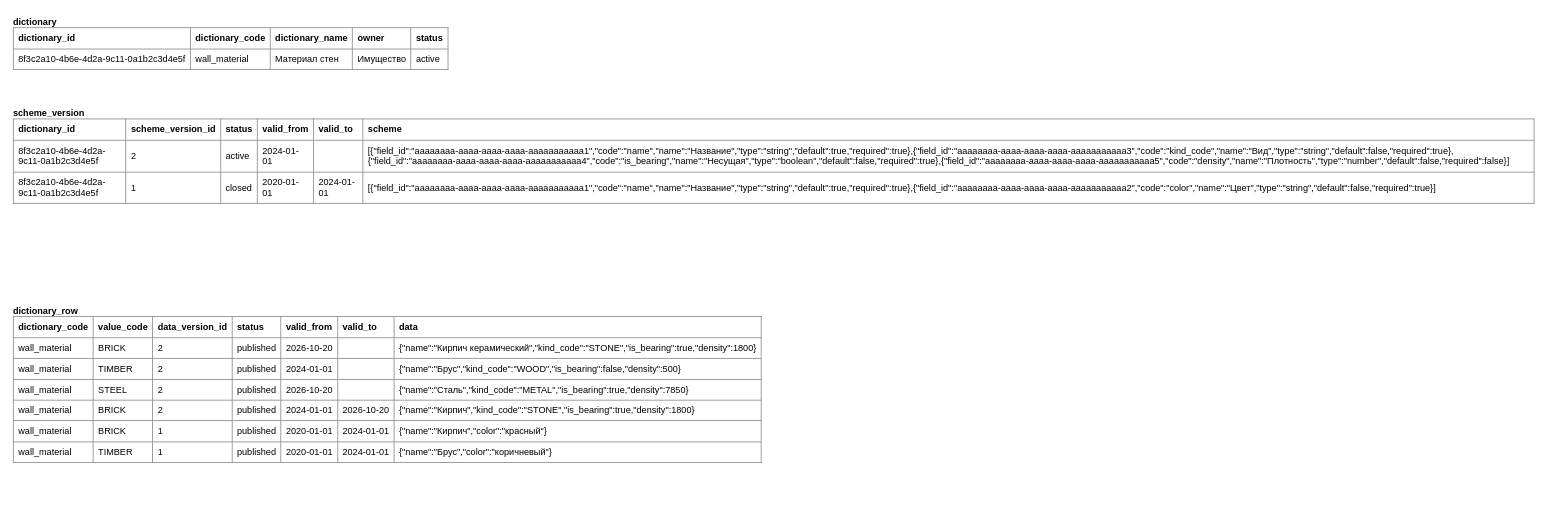
StrannikE95/reference_data keeps this draw.io diagram as docs/1. functional/specification/v3 - 1 таблица/wall_material.drawio. Above is the earlier version. Source tidied: cells renumbered, new cells numbered last; positions are measured from the earlier drawing's top-left corner, leaving out a move shared by most shapes. Both pictures are drawn from the tidied source at 76%, with x=0, y=0 at pixel (13, 13).
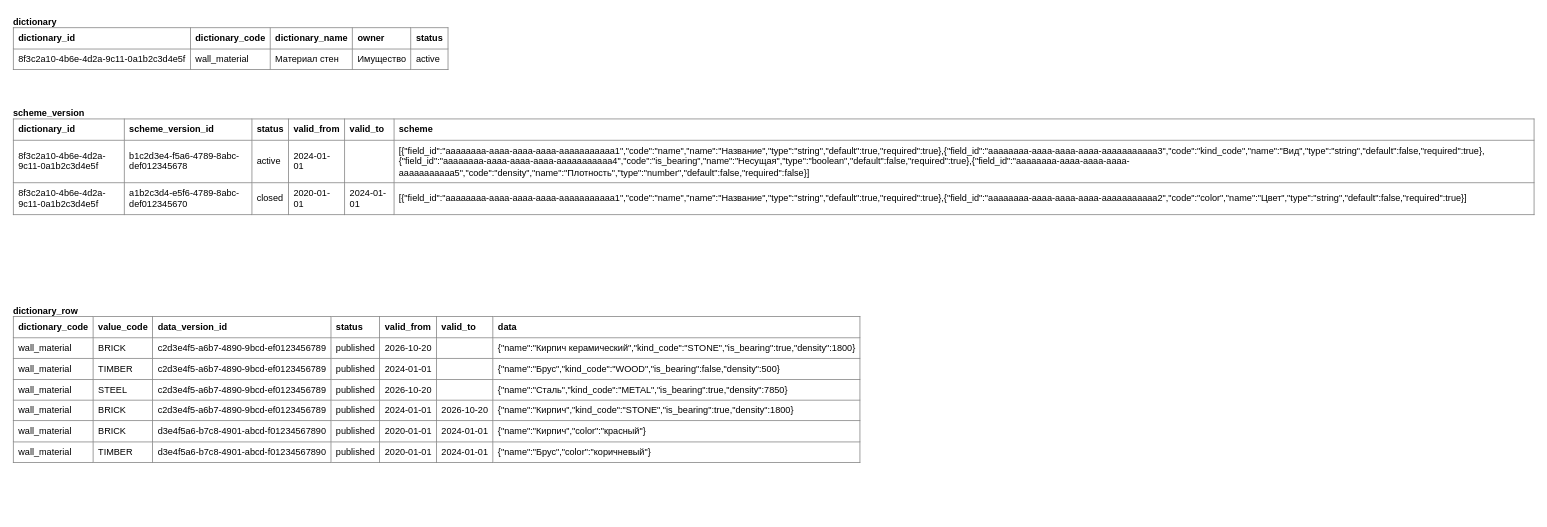
After the change.

What changed in the source:
```diff
@@
 <mxGraphModel>
   <root>
     <mxCell id="0" />
     <mxCell id="1" parent="0" />
     <mxCell id="2" value="&lt;b&gt;dictionary&lt;/b&gt;&lt;br&gt;&lt;table border=&quot;1&quot; cellspacing=&quot;0&quot; cellpadding=&quot;6&quot; style=&quot;border-collapse:collapse;font-size:12px&quot;&gt;&lt;tr&gt;&lt;td&gt;&lt;b&gt;dictionary_id&lt;/b&gt;&lt;/td&gt;&lt;td&gt;&lt;b&gt;dictionary_code&lt;/b&gt;&lt;/td&gt;&lt;td&gt;&lt;b&gt;dictionary_name&lt;/b&gt;&lt;/td&gt;&lt;td&gt;&lt;b&gt;owner&lt;/b&gt;&lt;/td&gt;&lt;td&gt;&lt;b&gt;status&lt;/b&gt;&lt;/td&gt;&lt;/tr&gt;&lt;tr&gt;&lt;td&gt;8f3c2a10-4b6e-4d2a-9c11-0a1b2c3d4e5f&lt;/td&gt;&lt;td&gt;wall_material&lt;/td&gt;&lt;td&gt;Материал стен&lt;/td&gt;&lt;td&gt;Имущество&lt;/td&gt;&lt;td&gt;active&lt;/td&gt;&lt;/tr&gt;&lt;/table&gt;" style="text;html=1;strokeColor=none;fillColor=none;align=left;verticalAlign=top;spacing=0;" parent="1" vertex="1">
       <mxGeometry width="1100" height="90" as="geometry" />
     </mxCell>
-    <mxCell id="3" value="&lt;b&gt;scheme_version&lt;/b&gt;&lt;br&gt;&lt;table border=&quot;1&quot; cellspacing=&quot;0&quot; cellpadding=&quot;6&quot; style=&quot;border-collapse:collapse;font-size:12px&quot;&gt;&lt;tr&gt;&lt;td&gt;&lt;b&gt;dictionary_id&lt;/b&gt;&lt;/td&gt;&lt;td&gt;&lt;b&gt;scheme_version_id&lt;/b&gt;&lt;/td&gt;&lt;td&gt;&lt;b&gt;status&lt;/b&gt;&lt;/td&gt;&lt;td&gt;&lt;b&gt;valid_from&lt;/b&gt;&lt;/td&gt;&lt;td&gt;&lt;b&gt;valid_to&lt;/b&gt;&lt;/td&gt;&lt;td&gt;&lt;b&gt;scheme&lt;/b&gt;&lt;/td&gt;&lt;/tr&gt;&lt;tr&gt;&lt;td&gt;8f3c2a10-4b6e-4d2a-9c11-0a1b2c3d4e5f&lt;/td&gt;&lt;td&gt;2&lt;/td&gt;&lt;td&gt;active&lt;/td&gt;&lt;td&gt;2024-01-01&lt;/td&gt;&lt;td&gt;&lt;/td&gt;&lt;td&gt;[{&amp;quot;field_id&amp;quot;:&amp;quot;aaaaaaaa-aaaa-aaaa-aaaa-aaaaaaaaaaa1&amp;quot;,&amp;quot;code&amp;quot;:&amp;quot;name&amp;quot;,&amp;quot;name&amp;quot;:&amp;quot;Название&amp;quot;,&amp;quot;type&amp;quot;:&amp;quot;string&amp;quot;,&amp;quot;default&amp;quot;:true,&amp;quot;required&amp;quot;:true},{&amp;quot;field_id&amp;quot;:&amp;quot;aaaaaaaa-aaaa-aaaa-aaaa-aaaaaaaaaaa3&amp;quot;,&amp;quot;code&amp;quot;:&amp;quot;kind_code&amp;quot;,&amp;quot;name&amp;quot;:&amp;quot;Вид&amp;quot;,&amp;quot;type&amp;quot;:&amp;quot;string&amp;quot;,&amp;quot;default&amp;quot;:false,&amp;quot;required&amp;quot;:true},{&amp;quot;field_id&amp;quot;:&amp;quot;aaaaaaaa-aaaa-aaaa-aaaa-aaaaaaaaaaa4&amp;quot;,&amp;quot;code&amp;quot;:&amp;quot;is_bearing&amp;quot;,&amp;quot;name&amp;quot;:&amp;quot;Несущая&amp;quot;,&amp;quot;type&amp;quot;:&amp;quot;boolean&amp;quot;,&amp;quot;default&amp;quot;:false,&amp;quot;required&amp;quot;:true},{&amp;quot;field_id&amp;quot;:&amp;quot;aaaaaaaa-aaaa-aaaa-aaaa-aaaaaaaaaaa5&amp;quot;,&amp;quot;code&amp;quot;:&amp;quot;density&amp;quot;,&amp;quot;name&amp;quot;:&amp;quot;Плотность&amp;quot;,&amp;quot;type&amp;quot;:&amp;quot;number&amp;quot;,&amp;quot;default&amp;quot;:false,&amp;quot;required&amp;quot;:false}]&lt;/td&gt;&lt;/tr&gt;&lt;tr&gt;&lt;td&gt;8f3c2a10-4b6e-4d2a-9c11-0a1b2c3d4e5f&lt;/td&gt;&lt;td&gt;1&lt;/td&gt;&lt;td&gt;closed&lt;/td&gt;&lt;td&gt;2020-01-01&lt;/td&gt;&lt;td&gt;2024-01-01&lt;/td&gt;&lt;td&gt;[{&amp;quot;field_id&amp;quot;:&amp;quot;aaaaaaaa-aaaa-aaaa-aaaa-aaaaaaaaaaa1&amp;quot;,&amp;quot;code&amp;quot;:&amp;quot;name&amp;quot;,&amp;quot;name&amp;quot;:&amp;quot;Название&amp;quot;,&amp;quot;type&amp;quot;:&amp;quot;string&amp;quot;,&amp;quot;default&amp;quot;:true,&amp;quot;required&amp;quot;:true},{&amp;quot;field_id&amp;quot;:&amp;quot;aaaaaaaa-aaaa-aaaa-aaaa-aaaaaaaaaaa2&amp;quot;,&amp;quot;code&amp;quot;:&amp;quot;color&amp;quot;,&amp;quot;name&amp;quot;:&amp;quot;Цвет&amp;quot;,&amp;quot;type&amp;quot;:&amp;quot;string&amp;quot;,&amp;quot;default&amp;quot;:false,&amp;quot;required&amp;quot;:true}]&lt;/td&gt;&lt;/tr&gt;&lt;/table&gt;" style="text;html=1;strokeColor=none;fillColor=none;align=left;verticalAlign=top;spacing=0;whiteSpace=wrap;" parent="1" vertex="1">
+    <mxCell id="3" value="&lt;b&gt;scheme_version&lt;/b&gt;&lt;br&gt;&lt;table border=&quot;1&quot; cellspacing=&quot;0&quot; cellpadding=&quot;6&quot; style=&quot;border-collapse:collapse;font-size:12px&quot;&gt;&lt;tr&gt;&lt;td&gt;&lt;b&gt;dictionary_id&lt;/b&gt;&lt;/td&gt;&lt;td&gt;&lt;b&gt;scheme_version_id&lt;/b&gt;&lt;/td&gt;&lt;td&gt;&lt;b&gt;status&lt;/b&gt;&lt;/td&gt;&lt;td&gt;&lt;b&gt;valid_from&lt;/b&gt;&lt;/td&gt;&lt;td&gt;&lt;b&gt;valid_to&lt;/b&gt;&lt;/td&gt;&lt;td&gt;&lt;b&gt;scheme&lt;/b&gt;&lt;/td&gt;&lt;/tr&gt;&lt;tr&gt;&lt;td&gt;8f3c2a10-4b6e-4d2a-9c11-0a1b2c3d4e5f&lt;/td&gt;&lt;td&gt;b1c2d3e4-f5a6-4789-8abc-def012345678&lt;/td&gt;&lt;td&gt;active&lt;/td&gt;&lt;td&gt;2024-01-01&lt;/td&gt;&lt;td&gt;&lt;/td&gt;&lt;td&gt;[{&amp;quot;field_id&amp;quot;:&amp;quot;aaaaaaaa-aaaa-aaaa-aaaa-aaaaaaaaaaa1&amp;quot;,&amp;quot;code&amp;quot;:&amp;quot;name&amp;quot;,&amp;quot;name&amp;quot;:&amp;quot;Название&amp;quot;,&amp;quot;type&amp;quot;:&amp;quot;string&amp;quot;,&amp;quot;default&amp;quot;:true,&amp;quot;required&amp;quot;:true},{&amp;quot;field_id&amp;quot;:&amp;quot;aaaaaaaa-aaaa-aaaa-aaaa-aaaaaaaaaaa3&amp;quot;,&amp;quot;code&amp;quot;:&amp;quot;kind_code&amp;quot;,&amp;quot;name&amp;quot;:&amp;quot;Вид&amp;quot;,&amp;quot;type&amp;quot;:&amp;quot;string&amp;quot;,&amp;quot;default&amp;quot;:false,&amp;quot;required&amp;quot;:true},{&amp;quot;field_id&amp;quot;:&amp;quot;aaaaaaaa-aaaa-aaaa-aaaa-aaaaaaaaaaa4&amp;quot;,&amp;quot;code&amp;quot;:&amp;quot;is_bearing&amp;quot;,&amp;quot;name&amp;quot;:&amp;quot;Несущая&amp;quot;,&amp;quot;type&amp;quot;:&amp;quot;boolean&amp;quot;,&amp;quot;default&amp;quot;:false,&amp;quot;required&amp;quot;:true},{&amp;quot;field_id&amp;quot;:&amp;quot;aaaaaaaa-aaaa-aaaa-aaaa-aaaaaaaaaaa5&amp;quot;,&amp;quot;code&amp;quot;:&amp;quot;density&amp;quot;,&amp;quot;name&amp;quot;:&amp;quot;Плотность&amp;quot;,&amp;quot;type&amp;quot;:&amp;quot;number&amp;quot;,&amp;quot;default&amp;quot;:false,&amp;quot;required&amp;quot;:false}]&lt;/td&gt;&lt;/tr&gt;&lt;tr&gt;&lt;td&gt;8f3c2a10-4b6e-4d2a-9c11-0a1b2c3d4e5f&lt;/td&gt;&lt;td&gt;a1b2c3d4-e5f6-4789-8abc-def012345670&lt;/td&gt;&lt;td&gt;closed&lt;/td&gt;&lt;td&gt;2020-01-01&lt;/td&gt;&lt;td&gt;2024-01-01&lt;/td&gt;&lt;td&gt;[{&amp;quot;field_id&amp;quot;:&amp;quot;aaaaaaaa-aaaa-aaaa-aaaa-aaaaaaaaaaa1&amp;quot;,&amp;quot;code&amp;quot;:&amp;quot;name&amp;quot;,&amp;quot;name&amp;quot;:&amp;quot;Название&amp;quot;,&amp;quot;type&amp;quot;:&amp;quot;string&amp;quot;,&amp;quot;default&amp;quot;:true,&amp;quot;required&amp;quot;:true},{&amp;quot;field_id&amp;quot;:&amp;quot;aaaaaaaa-aaaa-aaaa-aaaa-aaaaaaaaaaa2&amp;quot;,&amp;quot;code&amp;quot;:&amp;quot;color&amp;quot;,&amp;quot;name&amp;quot;:&amp;quot;Цвет&amp;quot;,&amp;quot;type&amp;quot;:&amp;quot;string&amp;quot;,&amp;quot;default&amp;quot;:false,&amp;quot;required&amp;quot;:true}]&lt;/td&gt;&lt;/tr&gt;&lt;/table&gt;" style="text;html=1;strokeColor=none;fillColor=none;align=left;verticalAlign=top;spacing=0;whiteSpace=wrap;" parent="1" vertex="1">
       <mxGeometry y="120" width="2000" height="220" as="geometry" />
     </mxCell>
-    <mxCell id="4" value="&lt;b&gt;dictionary_row&lt;/b&gt;&lt;br&gt;&lt;table border=&quot;1&quot; cellspacing=&quot;0&quot; cellpadding=&quot;6&quot; style=&quot;border-collapse:collapse;font-size:12px&quot;&gt;&lt;tr&gt;&lt;td&gt;&lt;b&gt;dictionary_code&lt;/b&gt;&lt;/td&gt;&lt;td&gt;&lt;b&gt;value_code&lt;/b&gt;&lt;/td&gt;&lt;td&gt;&lt;b&gt;data_version_id&lt;/b&gt;&lt;/td&gt;&lt;td&gt;&lt;b&gt;status&lt;/b&gt;&lt;/td&gt;&lt;td&gt;&lt;b&gt;valid_from&lt;/b&gt;&lt;/td&gt;&lt;td&gt;&lt;b&gt;valid_to&lt;/b&gt;&lt;/td&gt;&lt;td&gt;&lt;b&gt;data&lt;/b&gt;&lt;/td&gt;&lt;/tr&gt;&lt;tr&gt;&lt;td&gt;wall_material&lt;/td&gt;&lt;td&gt;BRICK&lt;/td&gt;&lt;td&gt;2&lt;/td&gt;&lt;td&gt;published&lt;/td&gt;&lt;td&gt;2026-10-20&lt;/td&gt;&lt;td&gt;&lt;/td&gt;&lt;td&gt;{&amp;quot;name&amp;quot;:&amp;quot;Кирпич керамический&amp;quot;,&amp;quot;kind_code&amp;quot;:&amp;quot;STONE&amp;quot;,&amp;quot;is_bearing&amp;quot;:true,&amp;quot;density&amp;quot;:1800}&lt;/td&gt;&lt;/tr&gt;&lt;tr&gt;&lt;td&gt;wall_material&lt;/td&gt;&lt;td&gt;TIMBER&lt;/td&gt;&lt;td&gt;2&lt;/td&gt;&lt;td&gt;published&lt;/td&gt;&lt;td&gt;2024-01-01&lt;/td&gt;&lt;td&gt;&lt;/td&gt;&lt;td&gt;{&amp;quot;name&amp;quot;:&amp;quot;Брус&amp;quot;,&amp;quot;kind_code&amp;quot;:&amp;quot;WOOD&amp;quot;,&amp;quot;is_bearing&amp;quot;:false,&amp;quot;density&amp;quot;:500}&lt;/td&gt;&lt;/tr&gt;&lt;tr&gt;&lt;td&gt;wall_material&lt;/td&gt;&lt;td&gt;STEEL&lt;/td&gt;&lt;td&gt;2&lt;/td&gt;&lt;td&gt;published&lt;/td&gt;&lt;td&gt;2026-10-20&lt;/td&gt;&lt;td&gt;&lt;/td&gt;&lt;td&gt;{&amp;quot;name&amp;quot;:&amp;quot;Сталь&amp;quot;,&amp;quot;kind_code&amp;quot;:&amp;quot;METAL&amp;quot;,&amp;quot;is_bearing&amp;quot;:true,&amp;quot;density&amp;quot;:7850}&lt;/td&gt;&lt;/tr&gt;&lt;tr&gt;&lt;td&gt;wall_material&lt;/td&gt;&lt;td&gt;BRICK&lt;/td&gt;&lt;td&gt;2&lt;/td&gt;&lt;td&gt;published&lt;/td&gt;&lt;td&gt;2024-01-01&lt;/td&gt;&lt;td&gt;2026-10-20&lt;/td&gt;&lt;td&gt;{&amp;quot;name&amp;quot;:&amp;quot;Кирпич&amp;quot;,&amp;quot;kind_code&amp;quot;:&amp;quot;STONE&amp;quot;,&amp;quot;is_bearing&amp;quot;:true,&amp;quot;density&amp;quot;:1800}&lt;/td&gt;&lt;/tr&gt;&lt;tr&gt;&lt;td&gt;wall_material&lt;/td&gt;&lt;td&gt;BRICK&lt;/td&gt;&lt;td&gt;1&lt;/td&gt;&lt;td&gt;published&lt;/td&gt;&lt;td&gt;2020-01-01&lt;/td&gt;&lt;td&gt;2024-01-01&lt;/td&gt;&lt;td&gt;{&amp;quot;name&amp;quot;:&amp;quot;Кирпич&amp;quot;,&amp;quot;color&amp;quot;:&amp;quot;красный&amp;quot;}&lt;/td&gt;&lt;/tr&gt;&lt;tr&gt;&lt;td&gt;wall_material&lt;/td&gt;&lt;td&gt;TIMBER&lt;/td&gt;&lt;td&gt;1&lt;/td&gt;&lt;td&gt;published&lt;/td&gt;&lt;td&gt;2020-01-01&lt;/td&gt;&lt;td&gt;2024-01-01&lt;/td&gt;&lt;td&gt;{&amp;quot;name&amp;quot;:&amp;quot;Брус&amp;quot;,&amp;quot;color&amp;quot;:&amp;quot;коричневый&amp;quot;}&lt;/td&gt;&lt;/tr&gt;&lt;/table&gt;" style="text;html=1;strokeColor=none;fillColor=none;align=left;verticalAlign=top;spacing=0;" parent="1" vertex="1">
+    <mxCell id="4" value="&lt;b&gt;dictionary_row&lt;/b&gt;&lt;br&gt;&lt;table border=&quot;1&quot; cellspacing=&quot;0&quot; cellpadding=&quot;6&quot; style=&quot;border-collapse:collapse;font-size:12px&quot;&gt;&lt;tr&gt;&lt;td&gt;&lt;b&gt;dictionary_code&lt;/b&gt;&lt;/td&gt;&lt;td&gt;&lt;b&gt;value_code&lt;/b&gt;&lt;/td&gt;&lt;td&gt;&lt;b&gt;data_version_id&lt;/b&gt;&lt;/td&gt;&lt;td&gt;&lt;b&gt;status&lt;/b&gt;&lt;/td&gt;&lt;td&gt;&lt;b&gt;valid_from&lt;/b&gt;&lt;/td&gt;&lt;td&gt;&lt;b&gt;valid_to&lt;/b&gt;&lt;/td&gt;&lt;td&gt;&lt;b&gt;data&lt;/b&gt;&lt;/td&gt;&lt;/tr&gt;&lt;tr&gt;&lt;td&gt;wall_material&lt;/td&gt;&lt;td&gt;BRICK&lt;/td&gt;&lt;td&gt;c2d3e4f5-a6b7-4890-9bcd-ef0123456789&lt;/td&gt;&lt;td&gt;published&lt;/td&gt;&lt;td&gt;2026-10-20&lt;/td&gt;&lt;td&gt;&lt;/td&gt;&lt;td&gt;{&amp;quot;name&amp;quot;:&amp;quot;Кирпич керамический&amp;quot;,&amp;quot;kind_code&amp;quot;:&amp;quot;STONE&amp;quot;,&amp;quot;is_bearing&amp;quot;:true,&amp;quot;density&amp;quot;:1800}&lt;/td&gt;&lt;/tr&gt;&lt;tr&gt;&lt;td&gt;wall_material&lt;/td&gt;&lt;td&gt;TIMBER&lt;/td&gt;&lt;td&gt;c2d3e4f5-a6b7-4890-9bcd-ef0123456789&lt;/td&gt;&lt;td&gt;published&lt;/td&gt;&lt;td&gt;2024-01-01&lt;/td&gt;&lt;td&gt;&lt;/td&gt;&lt;td&gt;{&amp;quot;name&amp;quot;:&amp;quot;Брус&amp;quot;,&amp;quot;kind_code&amp;quot;:&amp;quot;WOOD&amp;quot;,&amp;quot;is_bearing&amp;quot;:false,&amp;quot;density&amp;quot;:500}&lt;/td&gt;&lt;/tr&gt;&lt;tr&gt;&lt;td&gt;wall_material&lt;/td&gt;&lt;td&gt;STEEL&lt;/td&gt;&lt;td&gt;c2d3e4f5-a6b7-4890-9bcd-ef0123456789&lt;/td&gt;&lt;td&gt;published&lt;/td&gt;&lt;td&gt;2026-10-20&lt;/td&gt;&lt;td&gt;&lt;/td&gt;&lt;td&gt;{&amp;quot;name&amp;quot;:&amp;quot;Сталь&amp;quot;,&amp;quot;kind_code&amp;quot;:&amp;quot;METAL&amp;quot;,&amp;quot;is_bearing&amp;quot;:true,&amp;quot;density&amp;quot;:7850}&lt;/td&gt;&lt;/tr&gt;&lt;tr&gt;&lt;td&gt;wall_material&lt;/td&gt;&lt;td&gt;BRICK&lt;/td&gt;&lt;td&gt;c2d3e4f5-a6b7-4890-9bcd-ef0123456789&lt;/td&gt;&lt;td&gt;published&lt;/td&gt;&lt;td&gt;2024-01-01&lt;/td&gt;&lt;td&gt;2026-10-20&lt;/td&gt;&lt;td&gt;{&amp;quot;name&amp;quot;:&amp;quot;Кирпич&amp;quot;,&amp;quot;kind_code&amp;quot;:&amp;quot;STONE&amp;quot;,&amp;quot;is_bearing&amp;quot;:true,&amp;quot;density&amp;quot;:1800}&lt;/td&gt;&lt;/tr&gt;&lt;tr&gt;&lt;td&gt;wall_material&lt;/td&gt;&lt;td&gt;BRICK&lt;/td&gt;&lt;td&gt;d3e4f5a6-b7c8-4901-abcd-f01234567890&lt;/td&gt;&lt;td&gt;published&lt;/td&gt;&lt;td&gt;2020-01-01&lt;/td&gt;&lt;td&gt;2024-01-01&lt;/td&gt;&lt;td&gt;{&amp;quot;name&amp;quot;:&amp;quot;Кирпич&amp;quot;,&amp;quot;color&amp;quot;:&amp;quot;красный&amp;quot;}&lt;/td&gt;&lt;/tr&gt;&lt;tr&gt;&lt;td&gt;wall_material&lt;/td&gt;&lt;td&gt;TIMBER&lt;/td&gt;&lt;td&gt;d3e4f5a6-b7c8-4901-abcd-f01234567890&lt;/td&gt;&lt;td&gt;published&lt;/td&gt;&lt;td&gt;2020-01-01&lt;/td&gt;&lt;td&gt;2024-01-01&lt;/td&gt;&lt;td&gt;{&amp;quot;name&amp;quot;:&amp;quot;Брус&amp;quot;,&amp;quot;color&amp;quot;:&amp;quot;коричневый&amp;quot;}&lt;/td&gt;&lt;/tr&gt;&lt;/table&gt;" style="text;html=1;strokeColor=none;fillColor=none;align=left;verticalAlign=top;spacing=0;" parent="1" vertex="1">
       <mxGeometry y="380" width="1900" height="280" as="geometry" />
     </mxCell>
   </root>
 </mxGraphModel>
```
